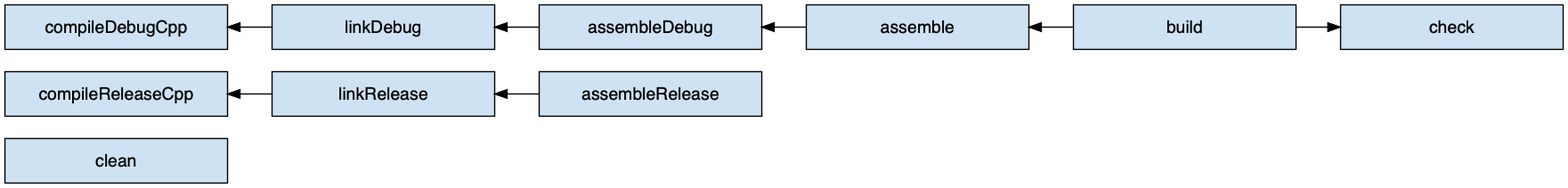
The Graphviz diagram subprojects/docs/src/docs/userguide/img/cpp-shared-library-task-graph.png in gradle/gradle, before a commit. Its source is kept beside it as subprojects/docs/src/docs/userguide/img/cpp-shared-library-task-graph.dot. Source of this version:
```dot

digraph cppSharedLibraryTaskGraph {
  graph [ dpi = 100, fontname="Sans"];
  node [fontname = "Sans"];
  edge [fontname = "Sans"];
  node [shape=rectangle, fixedsize=true, width=2.5, height=0.5];
  node [style=filled, fillcolor="#cfe2f3"]
  rankdir=LR

  compileDebugCpp -> linkDebug -> assembleDebug -> assemble -> build [dir=back]
  build -> check
  compileReleaseCpp -> linkRelease -> assembleRelease [dir=back]
  clean

  compileDebugCpp -> compileReleaseCpp -> clean [style=invis]
  {rank=same compileDebugCpp compileReleaseCpp clean}
}
```
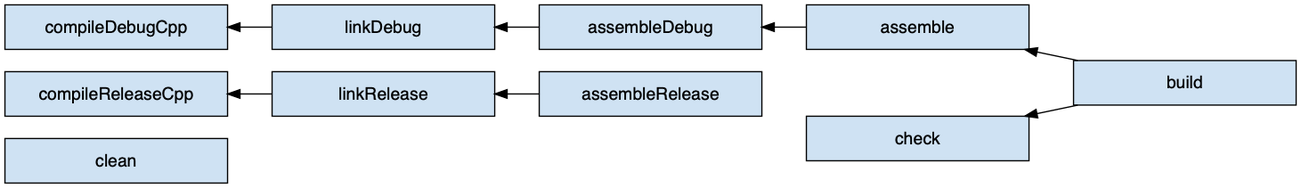
Above is the later version.

Commit message:
Fix various issue with C++ Library Plugin reference chapter

What changed in the source:
```diff
@@ -8,10 +8,15 @@
   rankdir=LR
 
   compileDebugCpp -> linkDebug -> assembleDebug -> assemble -> build [dir=back]
-  build -> check
+  check -> build [dir=back]
   compileReleaseCpp -> linkRelease -> assembleRelease [dir=back]
   clean
 
   compileDebugCpp -> compileReleaseCpp -> clean [style=invis]
   {rank=same compileDebugCpp compileReleaseCpp clean}
+
+  assemble -> empty1 -> empty2 -> check [style=invis]
+  {rank=same assemble check empty1 empty2}
+  empty1[shape=plain, label=""]
+  empty2[shape=plain, label=""]
 }
```
